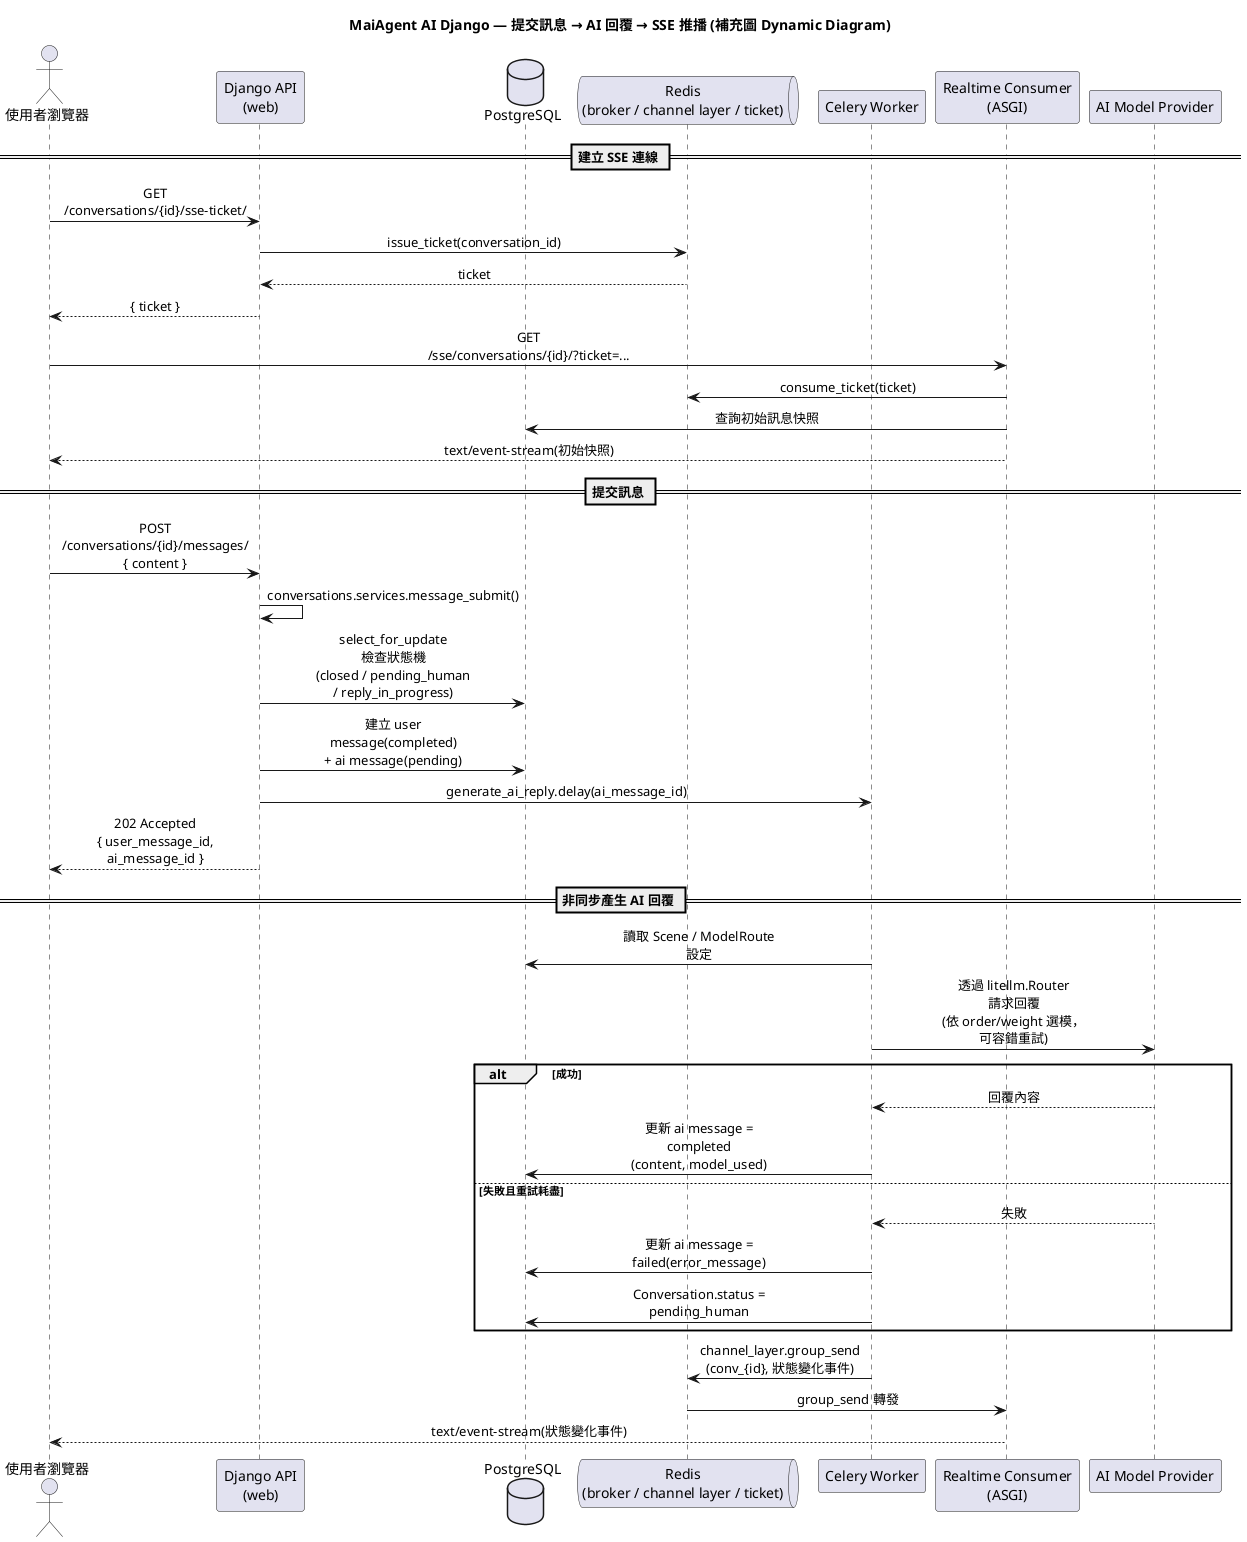
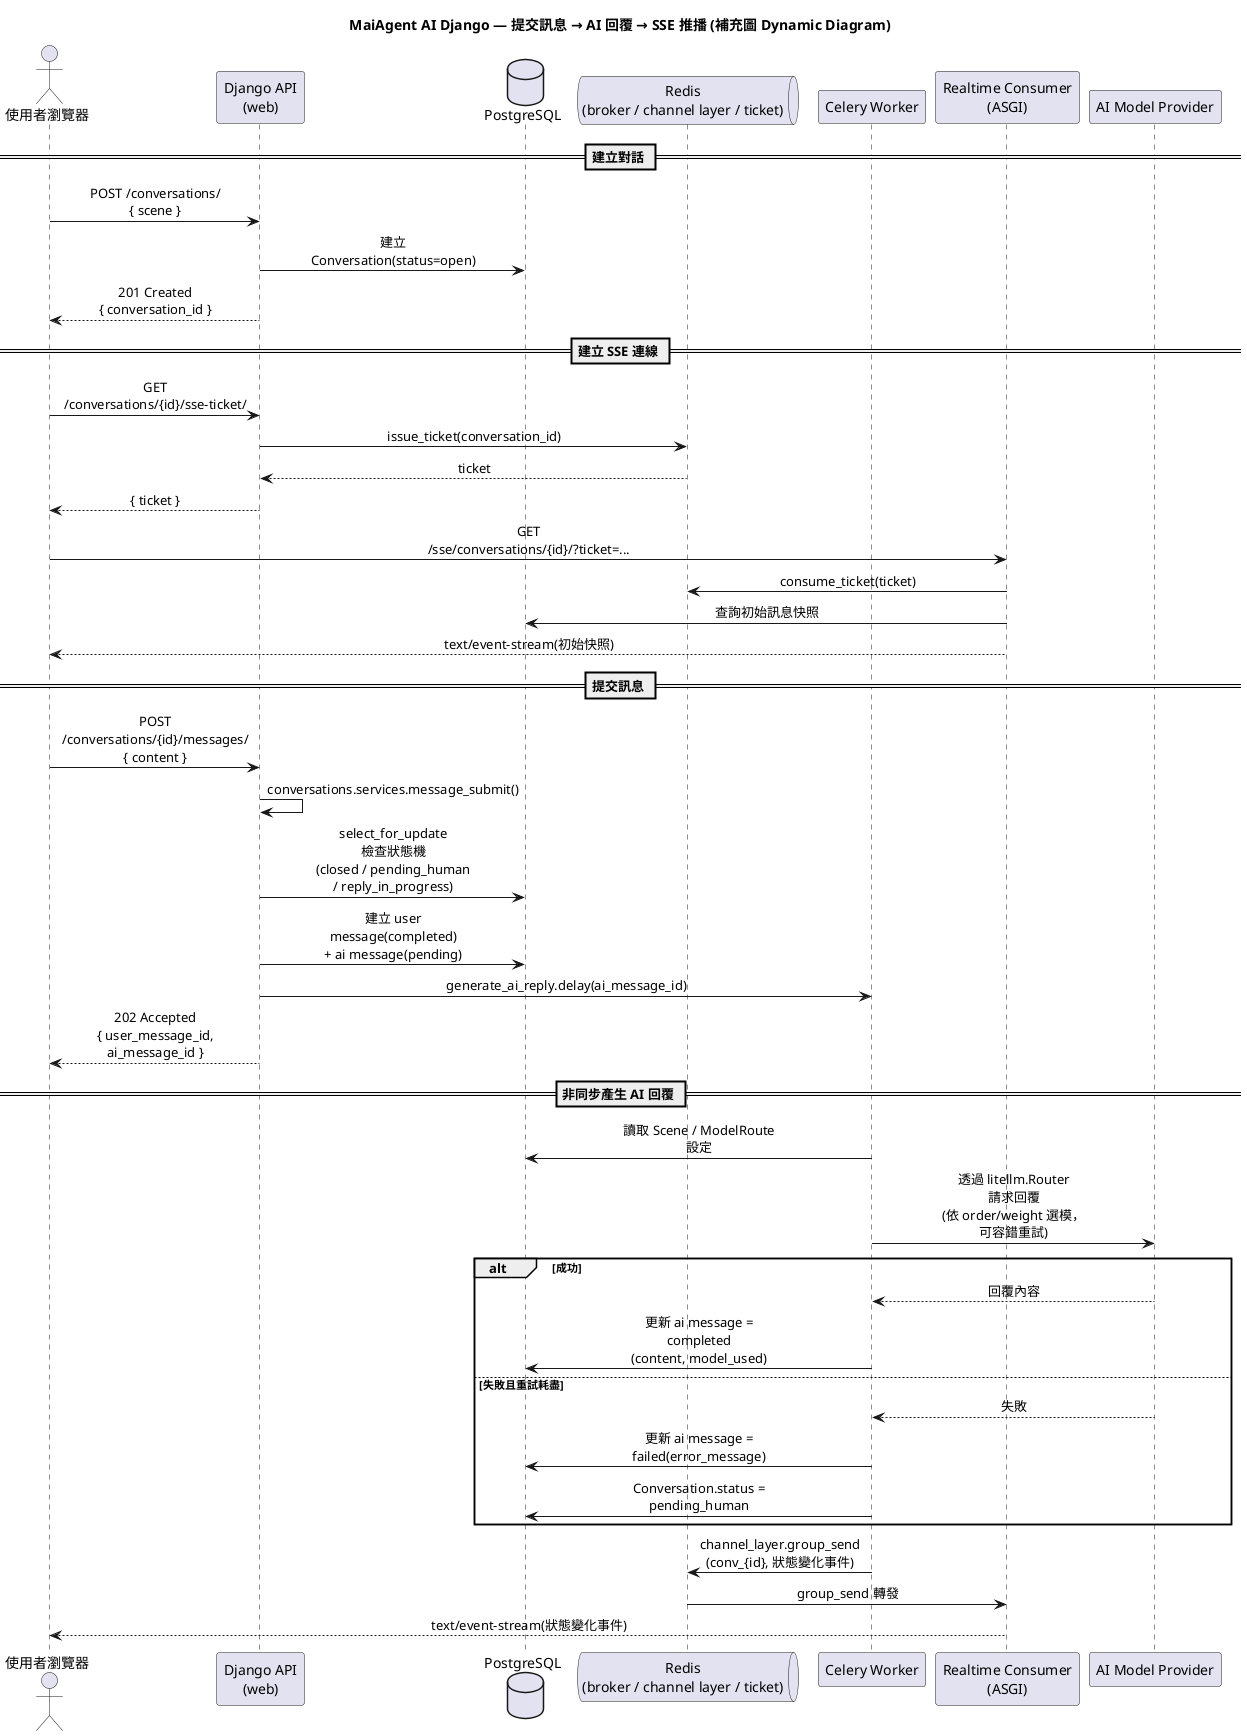
@startuml dynamic
title MaiAgent AI Django — 提交訊息 → AI 回覆 → SSE 推播 (補充圖 Dynamic Diagram)

skinparam sequenceMessageAlign center
skinparam maxMessageSize 160
skinparam BoxPadding 10

actor "使用者瀏覽器" as Client
participant "Django API\n(web)" as API
database "PostgreSQL" as DB
queue "Redis\n(broker / channel layer / ticket)" as Redis
participant "Celery Worker" as Worker
participant "Realtime Consumer\n(ASGI)" as SSE
participant "AI Model Provider" as LLM
+ 
+ == 建立對話 ==
+ Client -> API : POST /conversations/\n{ scene }
+ API -> DB : 建立 Conversation(status=open)
+ API --> Client : 201 Created\n{ conversation_id }

== 建立 SSE 連線 ==
Client -> API : GET /conversations/{id}/sse-ticket/
API -> Redis : issue_ticket(conversation_id)
Redis --> API : ticket
API --> Client : { ticket }

Client -> SSE : GET /sse/conversations/{id}/?ticket=...
SSE -> Redis : consume_ticket(ticket)
SSE -> DB : 查詢初始訊息快照
SSE --> Client : text/event-stream(初始快照)

== 提交訊息 ==
Client -> API : POST /conversations/{id}/messages/\n{ content }
API -> API : conversations.services.message_submit()
API -> DB : select_for_update 檢查狀態機\n(closed / pending_human / reply_in_progress)
API -> DB : 建立 user message(completed)\n+ ai message(pending)
API -> Worker : generate_ai_reply.delay(ai_message_id)
API --> Client : 202 Accepted\n{ user_message_id, ai_message_id }

== 非同步產生 AI 回覆 ==
Worker -> DB : 讀取 Scene / ModelRoute 設定
Worker -> LLM : 透過 litellm.Router 請求回覆\n(依 order/weight 選模，可容錯重試)

alt 成功
    LLM --> Worker : 回覆內容
    Worker -> DB : 更新 ai message = completed\n(content, model_used)
else 失敗且重試耗盡
    LLM --> Worker : 失敗
    Worker -> DB : 更新 ai message = failed(error_message)
    Worker -> DB : Conversation.status = pending_human
end

Worker -> Redis : channel_layer.group_send\n(conv_{id}, 狀態變化事件)
Redis -> SSE : group_send 轉發
SSE --> Client : text/event-stream(狀態變化事件)

@enduml
